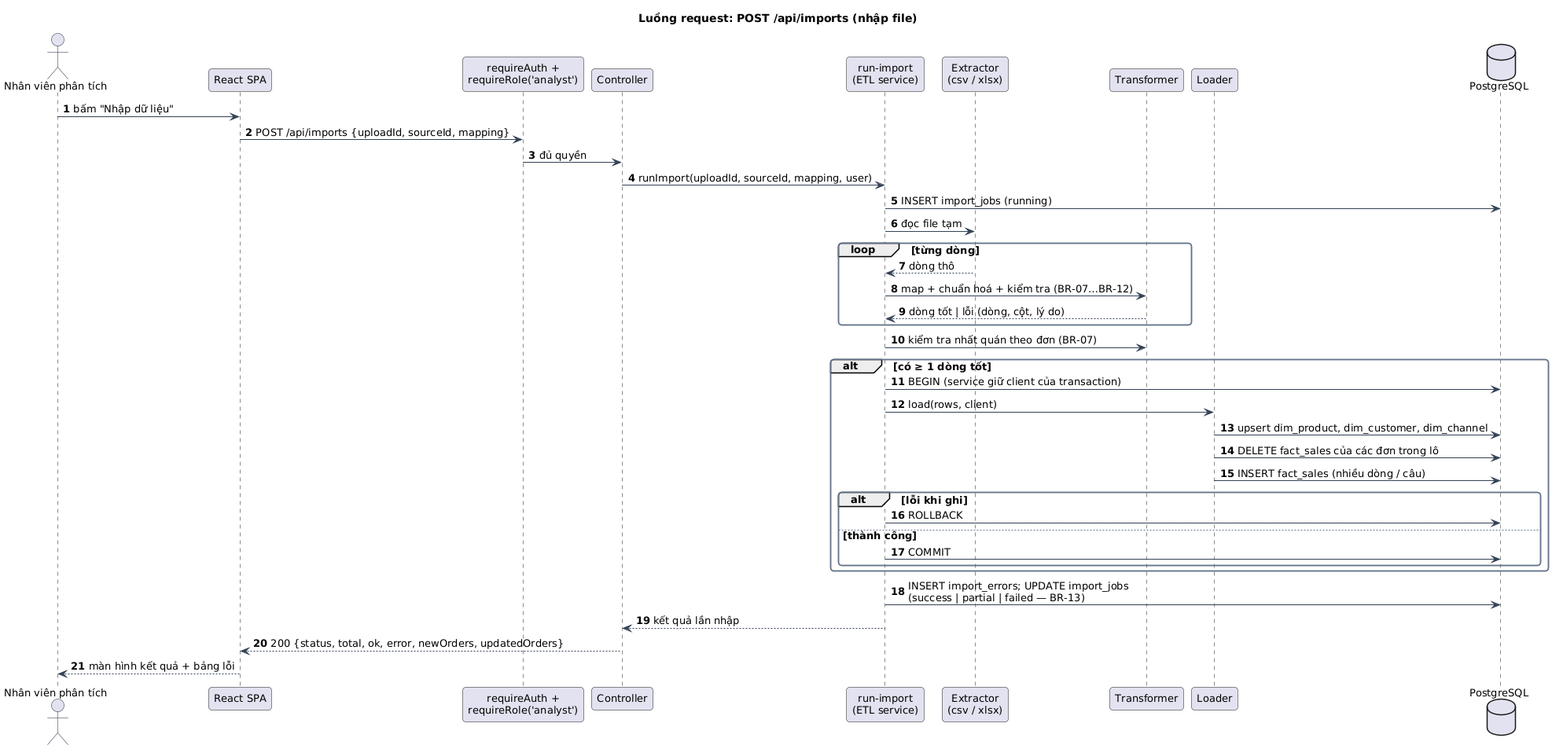
hoang13516-dev/TTCN_CCROBO keeps this PlantUML diagram as docs/phan-tich/so-do/out/14-seq-nhap-file.png. Above is the earlier version. Its diagram source:
```plantuml
@startuml 14-seq-nhap-file
!include _style.iuml
title Luồng request: POST /api/imports (nhập file)
autonumber
actor "Nhân viên phân tích" as U
participant "React SPA" as FE
participant "requireAuth +\nrequireRole('analyst')" as AU
participant "Controller" as CT
participant "run-import\n(ETL service)" as SV
participant "Extractor\n(csv / xlsx)" as EX
participant "Transformer" as TR
participant "Loader" as LD
database "PostgreSQL" as DB

U -> FE : bấm "Nhập dữ liệu"
FE -> AU : POST /api/imports {uploadId, sourceId, mapping}
AU -> CT : đủ quyền
CT -> SV : runImport(uploadId, sourceId, mapping, user)
SV -> DB : INSERT import_jobs (running)
SV -> EX : đọc file tạm
loop từng dòng
  EX --> SV : dòng thô
  SV -> TR : map + chuẩn hoá + kiểm tra (BR-07…BR-12)
  TR --> SV : dòng tốt | lỗi (dòng, cột, lý do)
end
SV -> TR : kiểm tra nhất quán theo đơn (BR-07)
alt có ≥ 1 dòng tốt
  SV -> DB : BEGIN (service giữ client của transaction)
  SV -> LD : load(rows, client)
  LD -> DB : upsert dim_product, dim_customer, dim_channel
  LD -> DB : DELETE fact_sales của các đơn trong lô
  LD -> DB : INSERT fact_sales (nhiều dòng / câu)
  alt lỗi khi ghi
    SV -> DB : ROLLBACK
  else thành công
    SV -> DB : COMMIT
  end
end
SV -> DB : INSERT import_errors; UPDATE import_jobs\n(success | partial | failed — BR-13)
SV --> CT : kết quả lần nhập
CT --> FE : 200 {status, total, ok, error, newOrders, updatedOrders}
FE --> U : màn hình kết quả + bảng lỗi
@enduml
```
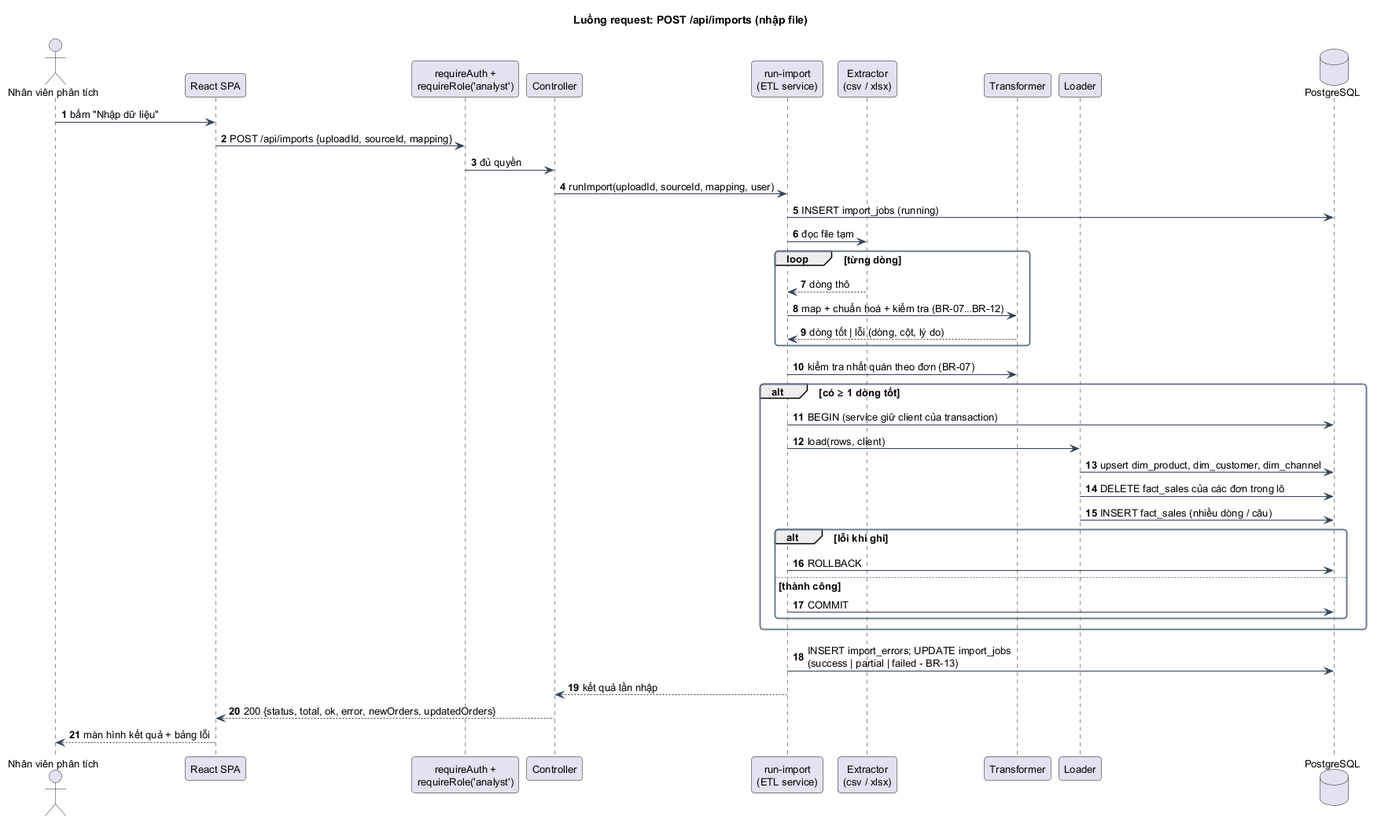
Later version of the same file.

What changed in the source:
```diff
@@ -36,7 +36,7 @@
     SV -> DB : COMMIT
   end
 end
-SV -> DB : INSERT import_errors; UPDATE import_jobs\n(success | partial | failed — BR-13)
+SV -> DB : INSERT import_errors; UPDATE import_jobs\n(success | partial | failed - BR-13)
 SV --> CT : kết quả lần nhập
 CT --> FE : 200 {status, total, ok, error, newOrders, updatedOrders}
 FE --> U : màn hình kết quả + bảng lỗi
```
